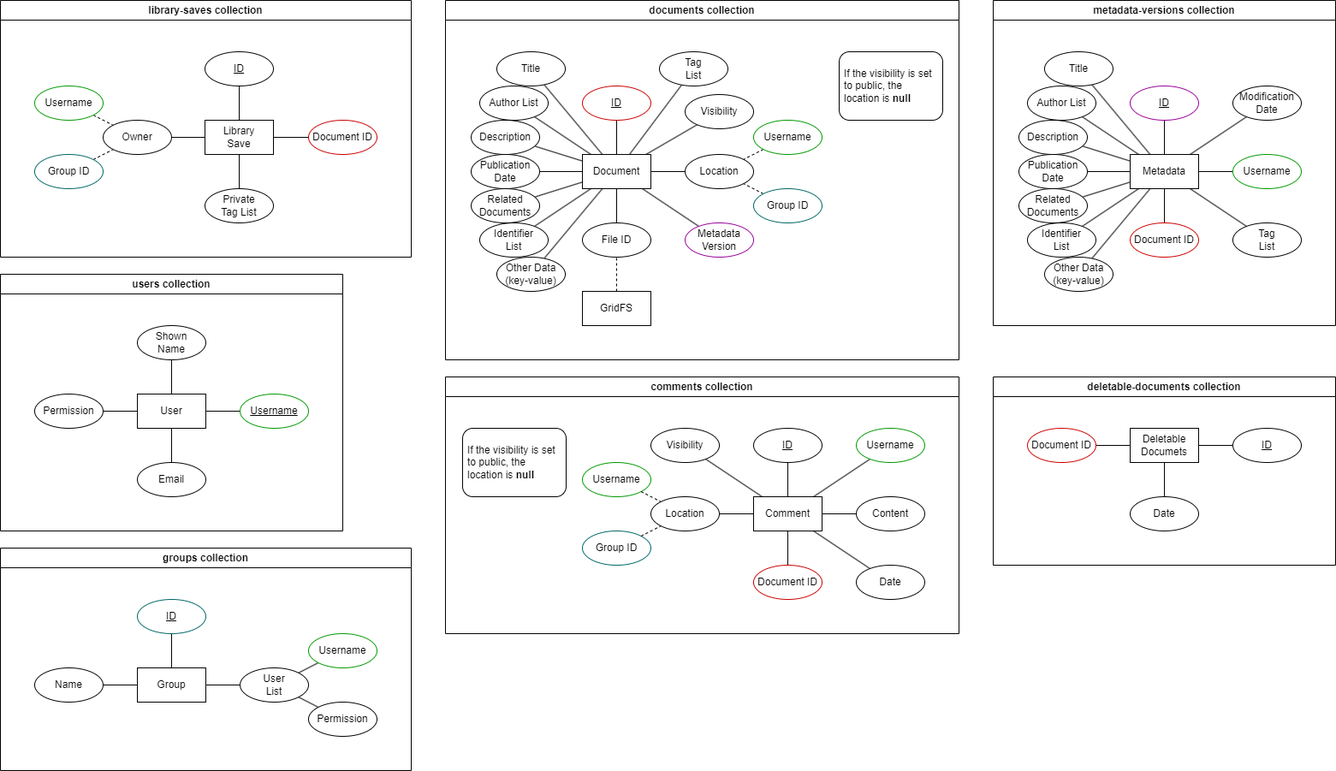
Above: documentation/database/data-visualization.png in AasinR/document-manager (draw.io), before the change. Source tidied: cells renumbered, new cells last; positions are measured from the earlier drawing's top-left corner, leaving out a move shared by most shapes.
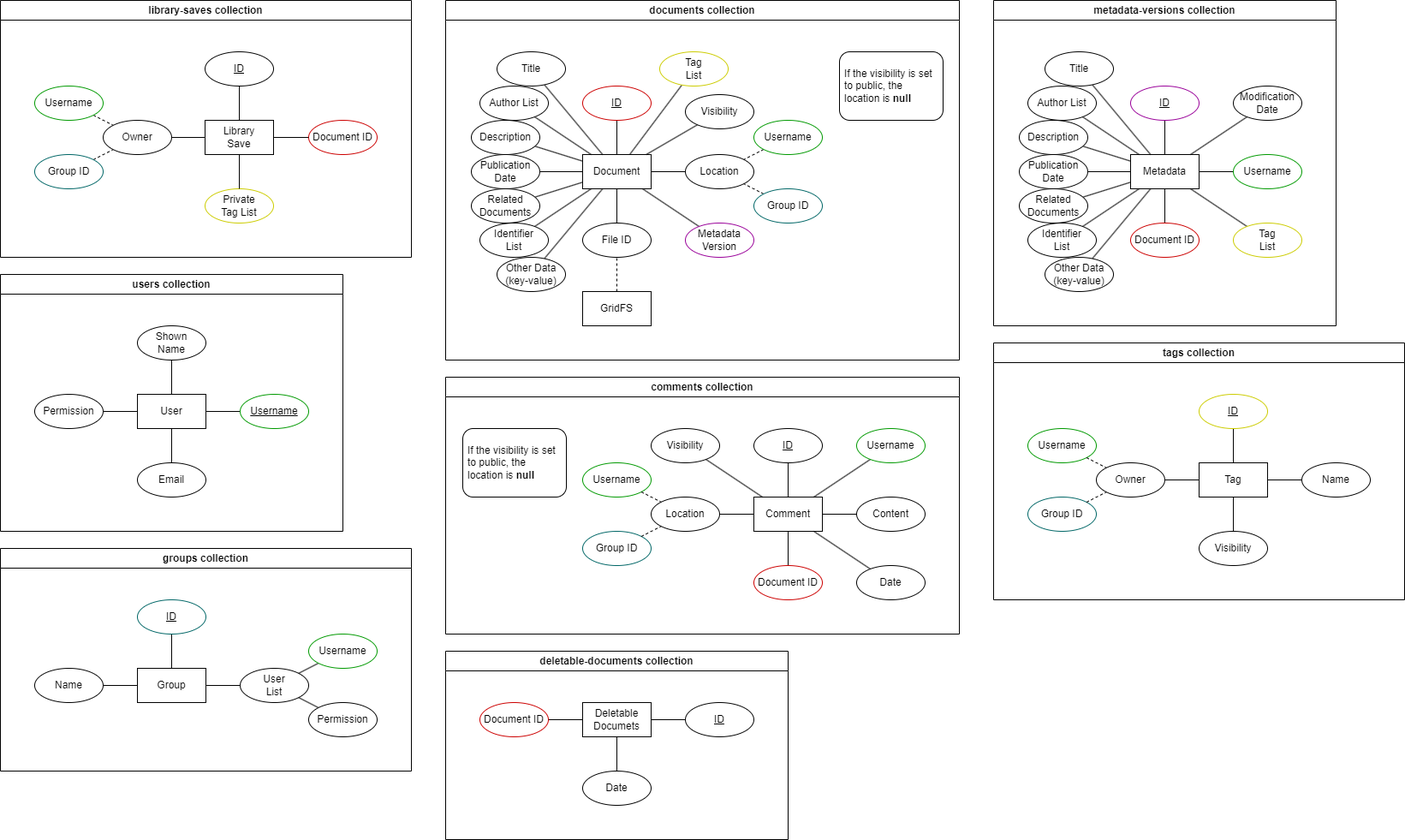
The same diagram one commit later.

Commit message:
included tags in database plans

Change to the diagram source:
```diff
@@ -20,7 +20,7 @@
     <mxCell id="7" style="edgeStyle=none;rounded=0;jettySize=auto;html=1;endArrow=none;endFill=0;" parent="2" edge="1" source="3" target="6">
       <mxGeometry relative="1" as="geometry" />
     </mxCell>
-    <mxCell id="8" value="Private&lt;br&gt;Tag List" style="ellipse;whiteSpace=wrap;html=1;" parent="2" vertex="1">
+    <mxCell id="8" value="Private&lt;br&gt;Tag List" style="ellipse;whiteSpace=wrap;html=1;strokeColor=#CCCC00;" parent="2" vertex="1">
       <mxGeometry x="239" y="220" width="80" height="40" as="geometry" />
     </mxCell>
     <mxCell id="9" style="edgeStyle=none;rounded=0;jettySize=auto;html=1;endArrow=none;endFill=0;" parent="2" edge="1" source="3" target="8">
@@ -176,11 +176,11 @@
     <mxCell id="59" style="edgeStyle=none;rounded=0;jettySize=auto;html=1;endArrow=none;endFill=0;" parent="26" edge="1" source="60" target="27">
       <mxGeometry relative="1" as="geometry" />
     </mxCell>
-    <mxCell id="60" value="Tag&lt;br&gt;List" style="ellipse;whiteSpace=wrap;html=1;" parent="26" vertex="1">
+    <mxCell id="60" value="Tag&lt;br&gt;List" style="ellipse;whiteSpace=wrap;html=1;strokeColor=#CCCC00;" parent="26" vertex="1">
       <mxGeometry x="250" y="60" width="80" height="40" as="geometry" />
     </mxCell>
     <mxCell id="61" value="deletable-documents collection" style="swimlane;whiteSpace=wrap;html=1;" parent="1" vertex="1">
-      <mxGeometry x="1160" y="440" width="400" height="220" as="geometry" />
+      <mxGeometry x="520" y="760" width="400" height="220" as="geometry" />
     </mxCell>
     <mxCell id="62" value="Deletable&lt;br&gt;Documets" style="rounded=0;whiteSpace=wrap;html=1;" parent="61" vertex="1">
       <mxGeometry x="160" y="60" width="80" height="40" as="geometry" />
@@ -365,7 +365,7 @@
     <mxCell id="122" style="edgeStyle=none;rounded=0;jettySize=auto;html=1;endArrow=none;endFill=0;" parent="102" edge="1" source="123" target="103">
       <mxGeometry relative="1" as="geometry" />
     </mxCell>
-    <mxCell id="123" value="Tag&lt;br&gt;List" style="ellipse;whiteSpace=wrap;html=1;" parent="102" vertex="1">
+    <mxCell id="123" value="Tag&lt;br&gt;List" style="ellipse;whiteSpace=wrap;html=1;strokeColor=#CCCC00;" parent="102" vertex="1">
       <mxGeometry x="280" y="260" width="80" height="40" as="geometry" />
     </mxCell>
     <mxCell id="124" style="edgeStyle=none;rounded=0;jettySize=auto;html=1;endArrow=none;endFill=0;" parent="102" edge="1" source="125" target="103">
@@ -380,5 +380,47 @@
     <mxCell id="127" value="Other Data&lt;br&gt;(key-value)" style="ellipse;whiteSpace=wrap;html=1;" parent="102" vertex="1">
       <mxGeometry x="60" y="300" width="80" height="40" as="geometry" />
     </mxCell>
+    <mxCell id="128" value="tags collection" style="swimlane;whiteSpace=wrap;html=1;" parent="1" vertex="1">
+      <mxGeometry x="1160" y="400" width="480" height="300" as="geometry" />
+    </mxCell>
+    <mxCell id="129" value="Tag" style="rounded=0;whiteSpace=wrap;html=1;" parent="128" vertex="1">
+      <mxGeometry x="240" y="140" width="80" height="40" as="geometry" />
+    </mxCell>
+    <mxCell id="130" style="edgeStyle=none;rounded=0;jettySize=auto;html=1;endArrow=none;endFill=0;" parent="128" edge="1" source="131" target="129">
+      <mxGeometry relative="1" as="geometry" />
+    </mxCell>
+    <mxCell id="131" value="&lt;u&gt;ID&lt;/u&gt;" style="ellipse;whiteSpace=wrap;html=1;strokeColor=#CCCC00;" parent="128" vertex="1">
+      <mxGeometry x="240" y="60" width="80" height="40" as="geometry" />
+    </mxCell>
+    <mxCell id="132" style="edgeStyle=none;rounded=0;jettySize=auto;html=1;endArrow=none;endFill=0;" parent="128" edge="1" source="133" target="129">
+      <mxGeometry relative="1" as="geometry" />
+    </mxCell>
+    <mxCell id="133" value="Name" style="ellipse;whiteSpace=wrap;html=1;" parent="128" vertex="1">
+      <mxGeometry x="360" y="140" width="80" height="40" as="geometry" />
+    </mxCell>
+    <mxCell id="134" value="Username" style="ellipse;whiteSpace=wrap;html=1;strokeColor=#009900;" parent="128" vertex="1">
+      <mxGeometry x="40" y="100" width="80" height="40" as="geometry" />
+    </mxCell>
+    <mxCell id="135" value="Group ID" style="ellipse;whiteSpace=wrap;html=1;strokeColor=#006666;" parent="128" vertex="1">
+      <mxGeometry x="40" y="180" width="80" height="40" as="geometry" />
+    </mxCell>
+    <mxCell id="136" value="Owner" style="ellipse;whiteSpace=wrap;html=1;" parent="128" vertex="1">
+      <mxGeometry x="120" y="140" width="80" height="40" as="geometry" />
+    </mxCell>
+    <mxCell id="137" style="edgeStyle=none;rounded=0;jettySize=auto;html=1;endArrow=none;endFill=0;dashed=1;" parent="128" edge="1" source="134" target="136">
+      <mxGeometry relative="1" as="geometry" />
+    </mxCell>
+    <mxCell id="138" style="edgeStyle=none;rounded=0;jettySize=auto;html=1;endArrow=none;endFill=0;" parent="128" edge="1" source="129" target="136">
+      <mxGeometry relative="1" as="geometry" />
+    </mxCell>
+    <mxCell id="139" style="edgeStyle=none;rounded=0;jettySize=auto;html=1;endArrow=none;endFill=0;dashed=1;" parent="128" edge="1" source="135" target="136">
+      <mxGeometry relative="1" as="geometry" />
+    </mxCell>
+    <mxCell id="140" style="edgeStyle=none;rounded=0;jettySize=auto;html=1;endArrow=none;endFill=0;" parent="128" edge="1" source="141" target="129">
+      <mxGeometry relative="1" as="geometry" />
+    </mxCell>
+    <mxCell id="141" value="Visibility" style="ellipse;whiteSpace=wrap;html=1;" parent="128" vertex="1">
+      <mxGeometry x="240" y="220" width="80" height="40" as="geometry" />
+    </mxCell>
   </root>
 </mxGraphModel>
```
